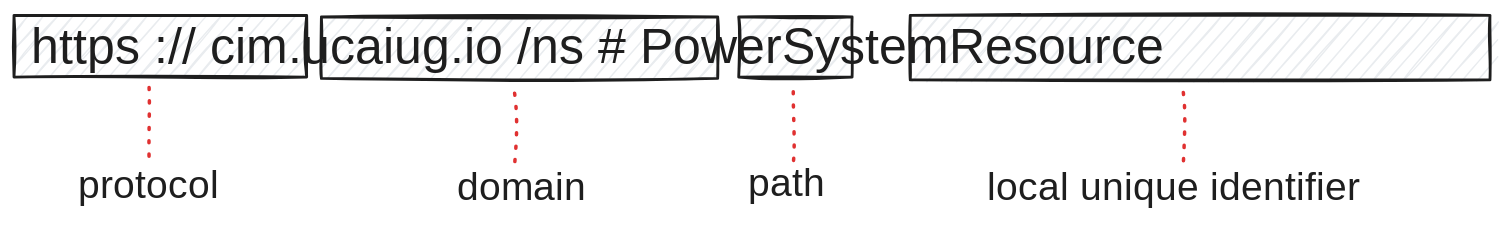
Earlier version of the Excalidraw export cimug2024/Attachments/index 2024-05-12 16.53.18.excalidraw.light.svg (bartkl/presentations). Source tidied: one line per element, renumbered; positions are measured from the earlier drawing's top-left corner, leaving out a move shared by most shapes.
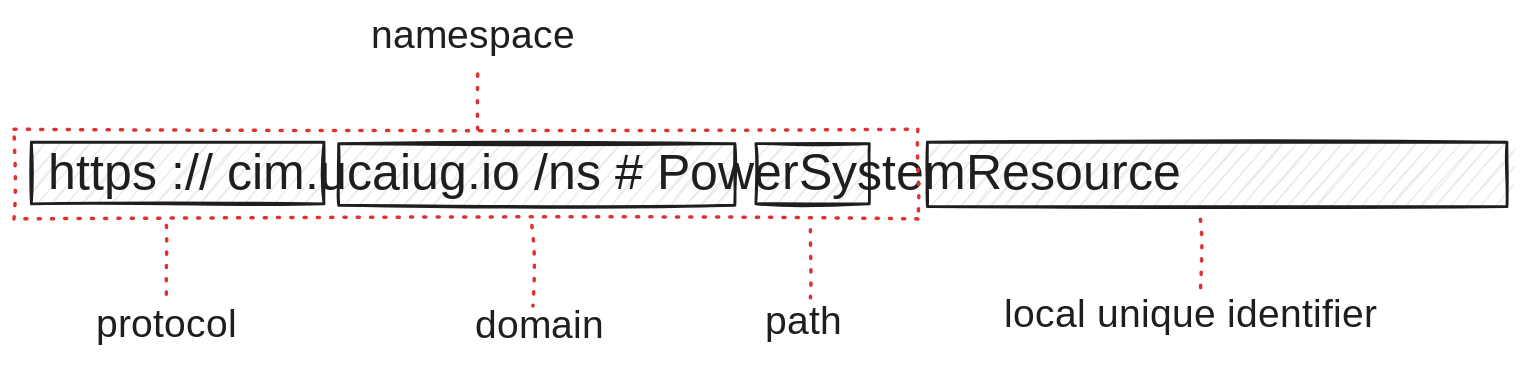
Later version of the same file.

Diff of the diagram source:
```diff
@@ -3,11 +3,14 @@
 {"id": 2, "type": "rectangle", "strokeColor": "#1e1e1e", "backgroundColor": "#e9ecef", "fillStyle": "hachure", "strokeWidth": 2, "roughness": 1, "x": 220, "y": 2, "width": 283, "height": 44}
 {"id": 3, "type": "rectangle", "strokeColor": "#1e1e1e", "backgroundColor": "#e9ecef", "fillStyle": "hachure", "strokeWidth": 2, "roughness": 1, "x": 0, "y": 1, "width": 209, "height": 44}
 {"id": 4, "type": "text", "text": "https :// cim.ucaiug.io /ns # PowerSystemResource", "strokeColor": "#1e1e1e", "backgroundColor": "#e9ecef", "fillStyle": "hachure", "strokeWidth": 2, "roughness": 1, "fontSize": 36, "fontFamily": 3, "x": 12, "y": 0, "width": 1034, "height": 43}
-{"id": 5, "type": "text", "text": "protocol", "strokeColor": "#1e1e1e", "strokeWidth": 2, "roughness": 1, "fontSize": 28, "fontFamily": 1, "x": 46, "y": 107, "width": 110, "height": 35}
+{"id": 5, "type": "text", "text": "protocol", "strokeColor": "#1e1e1e", "strokeWidth": 2, "roughness": 1, "fontSize": 28, "fontFamily": 1, "x": 46, "y": 116, "width": 110, "height": 35}
-{"id": 6, "type": "text", "text": "domain", "strokeColor": "#1e1e1e", "strokeWidth": 2, "roughness": 1, "fontSize": 28, "fontFamily": 1, "x": 317, "y": 108, "width": 87, "height": 35}
+{"id": 6, "type": "text", "text": "domain", "strokeColor": "#1e1e1e", "strokeWidth": 2, "roughness": 1, "fontSize": 28, "fontFamily": 1, "x": 317, "y": 116, "width": 87, "height": 35}
-{"id": 7, "type": "text", "text": "path", "strokeColor": "#1e1e1e", "strokeWidth": 2, "roughness": 1, "fontSize": 28, "fontFamily": 1, "x": 524, "y": 106, "width": 62, "height": 35}
+{"id": 7, "type": "text", "text": "path", "strokeColor": "#1e1e1e", "strokeWidth": 2, "roughness": 1, "fontSize": 28, "fontFamily": 1, "x": 524, "y": 114, "width": 62, "height": 35}
 {"id": 8, "type": "text", "text": "local unique identifier", "strokeColor": "#1e1e1e", "strokeWidth": 2, "roughness": 1, "fontSize": 28, "fontFamily": 1, "x": 695, "y": 108, "width": 292, "height": 35}
 {"id": 9, "type": "line", "strokeColor": "#e03131", "strokeWidth": 2, "strokeStyle": "dotted", "roughness": 1, "x": 835, "y": 56, "width": 0, "height": 51, "points": [[0, 0], [0, 51]]}
-{"id": 10, "type": "line", "strokeColor": "#e03131", "strokeWidth": 2, "strokeStyle": "dotted", "roughness": 1, "x": 556, "y": 56, "width": 0, "height": 51, "points": [[0, 0], [0, 51]]}
+{"id": 10, "type": "line", "strokeColor": "#e03131", "strokeWidth": 2, "strokeStyle": "dotted", "roughness": 1, "from": 14, "to": 7, "x": 556, "y": 64, "width": 0, "height": 49, "points": [[0, 0], [0, 49]]}
-{"id": 11, "type": "line", "strokeColor": "#e03131", "strokeWidth": 2, "strokeStyle": "dotted", "roughness": 1, "x": 357, "y": 56, "width": 0, "height": 51, "points": [[0, 0], [0, 51]]}
+{"id": 11, "type": "line", "strokeColor": "#e03131", "strokeWidth": 2, "strokeStyle": "dotted", "roughness": 1, "from": 14, "to": 6, "x": 357, "y": 60, "width": 1, "height": 57, "points": [[0, 0], [1, 57]]}
-{"id": 12, "type": "line", "strokeColor": "#e03131", "strokeWidth": 2, "strokeStyle": "dotted", "roughness": 1, "x": 96, "y": 52, "width": 0, "height": 51, "points": [[0, 0], [0, 51]]}
+{"id": 12, "type": "line", "strokeColor": "#e03131", "strokeWidth": 2, "strokeStyle": "dotted", "roughness": 1, "x": 96, "y": 60, "width": 0, "height": 51, "points": [[0, 0], [0, 51]]}
+{"id": 13, "type": "text", "text": "namespace", "strokeColor": "#1e1e1e", "strokeWidth": 2, "roughness": 1, "fontSize": 28, "fontFamily": 1, "x": 242, "y": -91, "width": 142, "height": 35}
+{"id": 14, "type": "rectangle", "strokeColor": "#e03131", "strokeWidth": 2, "strokeStyle": "dotted", "roughness": 1, "x": -12, "y": -8, "width": 646, "height": 64}
+{"id": 15, "type": "line", "strokeColor": "#e03131", "strokeWidth": 2, "strokeStyle": "dotted", "roughness": 1, "x": 319, "y": -8, "width": 0, "height": 41, "points": [[0, 0], [0, -41]]}
```
